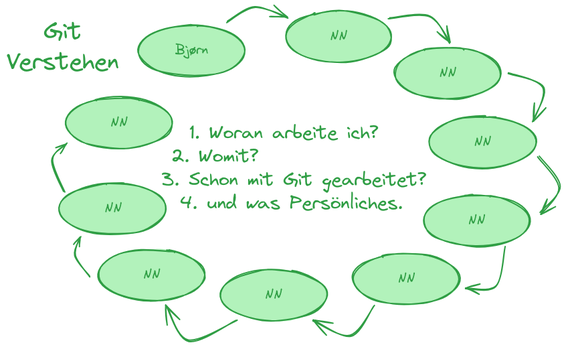
Earlier version of the Excalidraw export sections/vorstellung/intro.excalidraw.png (bstachmann/git-workshop). Source tidied: one line per element, renumbered; positions are measured from the earlier drawing's top-left corner, leaving out a move shared by most shapes.
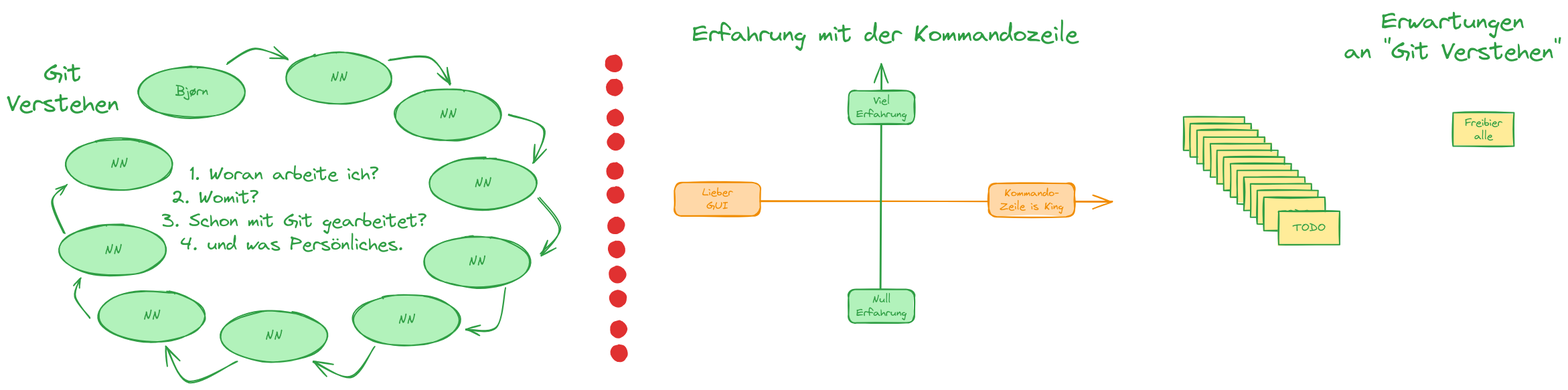
Later version of the same file.

Change to the diagram source:
```diff
@@ -19,6 +19,8 @@
 {"id": 18, "type": "ellipse", "strokeColor": "#2f9e44", "backgroundColor": "#b2f2bb", "fillStyle": "solid", "strokeWidth": 2, "roughness": 1, "round": true, "x": 79, "y": 263, "width": 159, "height": 77}
 {"id": 19, "type": "text", "text": "NN", "strokeColor": "#2f9e44", "backgroundColor": "#b2f2bb", "fillStyle": "solid", "strokeWidth": 2, "roughness": 1, "fontSize": 20, "fontFamily": 1, "textAlign": "center", "verticalAlign": "middle", "inside": 18, "x": 146, "y": 289, "width": 26, "height": 25}
 {"id": 20, "type": "text", "text": "Git\nVerstehen", "strokeColor": "#2f9e44", "backgroundColor": "#b2f2bb", "fillStyle": "solid", "strokeWidth": 2, "roughness": 1, "fontSize": 36, "fontFamily": 1, "textAlign": "center", "x": 0, "y": 15, "width": 168, "height": 90}
+{"id": 31, "type": "text", "text": "Erfahrung mit der Kommandozeile ", "strokeColor": "#2f9e44", "backgroundColor": "#b2f2bb", "fillStyle": "solid", "strokeWidth": 2, "roughness": 1, "fontSize": 36, "fontFamily": 1, "textAlign": "center", "x": 1024, "y": -44, "width": 595, "height": 45}
+{"id": 32, "type": "text", "text": "Erwartungen\nan \"Git Verstehen\"\n", "strokeColor": "#2f9e44", "backgroundColor": "#b2f2bb", "fillStyle": "solid", "strokeWidth": 2, "roughness": 1, "fontSize": 36, "fontFamily": 1, "textAlign": "center", "x": 1997, "y": -63, "width": 325, "height": 135}
 {"id": 21, "type": "text", "text": "\n   1. Woran arbeite ich?\n 2. Womit? \n3. Schon mit Git gearbeitet?\n  4. und was Persönliches.\n ", "strokeColor": "#2f9e44", "backgroundColor": "#b2f2bb", "fillStyle": "solid", "strokeWidth": 2, "roughness": 1, "fontSize": 28, "fontFamily": 1, "x": 231, "y": 136, "width": 396, "height": 210}
 {"id": 22, "type": "arrow", "strokeColor": "#2f9e44", "backgroundColor": "#b2f2bb", "fillStyle": "solid", "strokeWidth": 2, "roughness": 1, "endArrowhead": "arrow", "round": true, "from": 2, "to": 4, "x": 329, "y": 22, "width": 91, "height": 22, "points": [[0, 0], [41, -22], [91, -7]]}
 {"id": 23, "type": "arrow", "strokeColor": "#2f9e44", "angle": 0.43, "backgroundColor": "#b2f2bb", "fillStyle": "solid", "strokeWidth": 2, "roughness": 1, "endArrowhead": "arrow", "round": true, "from": 4, "to": 6, "x": 573, "y": 38, "width": 97, "height": 27, "points": [[0, 0], [53, -27], [97, -4]]}
@@ -29,3 +31,55 @@
 {"id": 28, "type": "arrow", "strokeColor": "#2f9e44", "angle": 4.18, "backgroundColor": "#b2f2bb", "fillStyle": "solid", "strokeWidth": 2, "roughness": 1, "endArrowhead": "arrow", "round": true, "from": 16, "to": 18, "x": 86, "y": 366, "width": 58, "height": 20, "points": [[0, 0], [39, -2], [58, 19]]}
 {"id": 29, "type": "arrow", "strokeColor": "#2f9e44", "angle": 4.18, "backgroundColor": "#b2f2bb", "fillStyle": "solid", "strokeWidth": 2, "roughness": 1, "endArrowhead": "arrow", "round": true, "from": 18, "to": 0, "x": 58, "y": 221, "width": 61, "height": 38, "points": [[0, 0], [49, 8], [61, 38]]}
 {"id": 30, "type": "arrow", "strokeColor": "#2f9e44", "angle": 1.32, "backgroundColor": "#b2f2bb", "fillStyle": "solid", "strokeWidth": 2, "roughness": 1, "endArrowhead": "arrow", "round": true, "from": 6, "to": 8, "x": 742, "y": 154, "width": 79, "height": 46, "points": [[0, 0], [33, -46], [79, -18]]}
+{"id": 33, "type": "arrow", "strokeColor": "#f08c00", "backgroundColor": "#ffd8a8", "fillStyle": "solid", "strokeWidth": 2, "roughness": 1, "endArrowhead": "arrow", "round": true, "x": 1019, "y": 229, "width": 633, "height": 0, "points": [[0, 0], [633, 0]]}
+{"id": 34, "type": "arrow", "strokeColor": "#2f9e44", "strokeWidth": 2, "roughness": 1, "endArrowhead": "arrow", "round": true, "x": 1304, "y": 400, "width": 2, "height": 376, "points": [[0, 0], [2, -376]]}
+{"id": 35, "type": "rectangle", "strokeColor": "#2f9e44", "backgroundColor": "#b2f2bb", "fillStyle": "solid", "strokeWidth": 2, "roughness": 1, "round": true, "x": 1258, "y": 63, "width": 99, "height": 50}
+{"id": 36, "type": "text", "text": "Viel\nErfahrung", "strokeColor": "#2f9e44", "strokeWidth": 2, "roughness": 1, "fontSize": 16, "fontFamily": 1, "textAlign": "center", "verticalAlign": "middle", "inside": 35, "x": 1269, "y": 68, "width": 75, "height": 40}
+{"id": 37, "type": "rectangle", "strokeColor": "#2f9e44", "backgroundColor": "#b2f2bb", "fillStyle": "solid", "strokeWidth": 2, "roughness": 1, "round": true, "x": 1257, "y": 360, "width": 99, "height": 50}
+{"id": 38, "type": "text", "text": "Null\nErfahrung", "strokeColor": "#2f9e44", "strokeWidth": 2, "roughness": 1, "fontSize": 16, "fontFamily": 1, "textAlign": "center", "verticalAlign": "middle", "inside": 37, "x": 1269, "y": 365, "width": 75, "height": 40}
+{"id": 39, "type": "rectangle", "strokeColor": "#f08c00", "backgroundColor": "#ffd8a8", "fillStyle": "solid", "strokeWidth": 2, "roughness": 1, "round": true, "x": 1467, "y": 201, "width": 128, "height": 50}
+{"id": 40, "type": "text", "text": "Kommando-\nZeile is King", "strokeColor": "#f08c00", "strokeWidth": 2, "roughness": 1, "fontSize": 16, "fontFamily": 1, "textAlign": "center", "verticalAlign": "middle", "inside": 39, "x": 1483, "y": 206, "width": 95, "height": 40}
+{"id": 41, "type": "rectangle", "strokeColor": "#f08c00", "backgroundColor": "#ffd8a8", "fillStyle": "solid", "strokeWidth": 2, "roughness": 1, "round": true, "x": 997, "y": 200, "width": 128, "height": 50}
+{"id": 42, "type": "text", "text": "Lieber\nGUI", "strokeColor": "#f08c00", "strokeWidth": 2, "roughness": 1, "fontSize": 16, "fontFamily": 1, "textAlign": "center", "verticalAlign": "middle", "inside": 41, "x": 1039, "y": 205, "width": 46, "height": 40}
+{"id": 43, "type": "ellipse", "strokeColor": "#e03131", "backgroundColor": "#e03131", "fillStyle": "solid", "strokeWidth": 2, "roughness": 1, "round": true, "x": 895, "y": 10, "width": 24, "height": 24}
+{"id": 44, "type": "ellipse", "strokeColor": "#e03131", "backgroundColor": "#e03131", "fillStyle": "solid", "strokeWidth": 2, "roughness": 1, "round": true, "x": 896, "y": 171, "width": 24, "height": 24}
+{"id": 45, "type": "ellipse", "strokeColor": "#e03131", "backgroundColor": "#e03131", "fillStyle": "solid", "strokeWidth": 2, "roughness": 1, "round": true, "x": 900, "y": 326, "width": 24, "height": 24}
+{"id": 46, "type": "ellipse", "strokeColor": "#e03131", "backgroundColor": "#e03131", "fillStyle": "solid", "strokeWidth": 2, "roughness": 1, "round": true, "x": 897, "y": 91, "width": 24, "height": 24}
+{"id": 47, "type": "ellipse", "strokeColor": "#e03131", "backgroundColor": "#e03131", "fillStyle": "solid", "strokeWidth": 2, "roughness": 1, "round": true, "x": 898, "y": 252, "width": 24, "height": 24}
+{"id": 48, "type": "ellipse", "strokeColor": "#e03131", "backgroundColor": "#e03131", "fillStyle": "solid", "strokeWidth": 2, "roughness": 1, "round": true, "x": 902, "y": 407, "width": 24, "height": 24}
+{"id": 49, "type": "ellipse", "strokeColor": "#e03131", "backgroundColor": "#e03131", "fillStyle": "solid", "strokeWidth": 2, "roughness": 1, "round": true, "x": 896, "y": 46, "width": 24, "height": 24}
+{"id": 50, "type": "ellipse", "strokeColor": "#e03131", "backgroundColor": "#e03131", "fillStyle": "solid", "strokeWidth": 2, "roughness": 1, "round": true, "x": 897, "y": 207, "width": 24, "height": 24}
+{"id": 51, "type": "ellipse", "strokeColor": "#e03131", "backgroundColor": "#e03131", "fillStyle": "solid", "strokeWidth": 2, "roughness": 1, "round": true, "x": 901, "y": 362, "width": 24, "height": 24}
+{"id": 52, "type": "ellipse", "strokeColor": "#e03131", "backgroundColor": "#e03131", "fillStyle": "solid", "strokeWidth": 2, "roughness": 1, "round": true, "x": 898, "y": 127, "width": 24, "height": 24}
+{"id": 53, "type": "ellipse", "strokeColor": "#e03131", "backgroundColor": "#e03131", "fillStyle": "solid", "strokeWidth": 2, "roughness": 1, "round": true, "x": 899, "y": 288, "width": 24, "height": 24}
+{"id": 54, "type": "ellipse", "strokeColor": "#e03131", "backgroundColor": "#e03131", "fillStyle": "solid", "strokeWidth": 2, "roughness": 1, "round": true, "x": 903, "y": 443, "width": 24, "height": 24}
+{"id": 55, "type": "rectangle", "strokeColor": "#2f9e44", "backgroundColor": "#ffec99", "fillStyle": "solid", "strokeWidth": 2, "roughness": 1, "x": 1758, "y": 102, "width": 91, "height": 50}
+{"id": 56, "type": "text", "text": "TODO", "strokeColor": "#2f9e44", "backgroundColor": "#ffec99", "fillStyle": "solid", "strokeWidth": 2, "roughness": 1, "fontSize": 16, "fontFamily": 1, "textAlign": "center", "verticalAlign": "middle", "inside": 55, "x": 1779, "y": 117, "width": 49, "height": 20}
+{"id": 57, "type": "rectangle", "strokeColor": "#2f9e44", "backgroundColor": "#ffec99", "fillStyle": "solid", "strokeWidth": 2, "roughness": 1, "x": 1768, "y": 112, "width": 91, "height": 50}
+{"id": 58, "type": "text", "text": "TODO", "strokeColor": "#2f9e44", "backgroundColor": "#ffec99", "fillStyle": "solid", "strokeWidth": 2, "roughness": 1, "fontSize": 16, "fontFamily": 1, "textAlign": "center", "verticalAlign": "middle", "inside": 57, "x": 1789, "y": 127, "width": 49, "height": 20}
+{"id": 59, "type": "rectangle", "strokeColor": "#2f9e44", "backgroundColor": "#ffec99", "fillStyle": "solid", "strokeWidth": 2, "roughness": 1, "x": 1778, "y": 122, "width": 91, "height": 50}
+{"id": 60, "type": "text", "text": "TODO", "strokeColor": "#2f9e44", "backgroundColor": "#ffec99", "fillStyle": "solid", "strokeWidth": 2, "roughness": 1, "fontSize": 16, "fontFamily": 1, "textAlign": "center", "verticalAlign": "middle", "inside": 59, "x": 1799, "y": 137, "width": 49, "height": 20}
+{"id": 61, "type": "rectangle", "strokeColor": "#2f9e44", "backgroundColor": "#ffec99", "fillStyle": "solid", "strokeWidth": 2, "roughness": 1, "x": 1788, "y": 132, "width": 91, "height": 50}
+{"id": 62, "type": "text", "text": "TODO", "strokeColor": "#2f9e44", "backgroundColor": "#ffec99", "fillStyle": "solid", "strokeWidth": 2, "roughness": 1, "fontSize": 16, "fontFamily": 1, "textAlign": "center", "verticalAlign": "middle", "inside": 61, "x": 1809, "y": 147, "width": 49, "height": 20}
+{"id": 63, "type": "rectangle", "strokeColor": "#2f9e44", "backgroundColor": "#ffec99", "fillStyle": "solid", "strokeWidth": 2, "roughness": 1, "x": 1798, "y": 142, "width": 91, "height": 50}
+{"id": 64, "type": "text", "text": "TODO", "strokeColor": "#2f9e44", "backgroundColor": "#ffec99", "fillStyle": "solid", "strokeWidth": 2, "roughness": 1, "fontSize": 16, "fontFamily": 1, "textAlign": "center", "verticalAlign": "middle", "inside": 63, "x": 1819, "y": 157, "width": 49, "height": 20}
+{"id": 65, "type": "rectangle", "strokeColor": "#2f9e44", "backgroundColor": "#ffec99", "fillStyle": "solid", "strokeWidth": 2, "roughness": 1, "x": 1808, "y": 152, "width": 91, "height": 50}
+{"id": 66, "type": "text", "text": "TODO", "strokeColor": "#2f9e44", "backgroundColor": "#ffec99", "fillStyle": "solid", "strokeWidth": 2, "roughness": 1, "fontSize": 16, "fontFamily": 1, "textAlign": "center", "verticalAlign": "middle", "inside": 65, "x": 1829, "y": 167, "width": 49, "height": 20}
+{"id": 67, "type": "rectangle", "strokeColor": "#2f9e44", "backgroundColor": "#ffec99", "fillStyle": "solid", "strokeWidth": 2, "roughness": 1, "x": 1818, "y": 162, "width": 91, "height": 50}
+{"id": 68, "type": "text", "text": "TODO", "strokeColor": "#2f9e44", "backgroundColor": "#ffec99", "fillStyle": "solid", "strokeWidth": 2, "roughness": 1, "fontSize": 16, "fontFamily": 1, "textAlign": "center", "verticalAlign": "middle", "inside": 67, "x": 1839, "y": 177, "width": 49, "height": 20}
+{"id": 69, "type": "rectangle", "strokeColor": "#2f9e44", "backgroundColor": "#ffec99", "fillStyle": "solid", "strokeWidth": 2, "roughness": 1, "x": 1828, "y": 172, "width": 91, "height": 50}
+{"id": 70, "type": "text", "text": "TODO", "strokeColor": "#2f9e44", "backgroundColor": "#ffec99", "fillStyle": "solid", "strokeWidth": 2, "roughness": 1, "fontSize": 16, "fontFamily": 1, "textAlign": "center", "verticalAlign": "middle", "inside": 69, "x": 1849, "y": 187, "width": 49, "height": 20}
+{"id": 71, "type": "rectangle", "strokeColor": "#2f9e44", "backgroundColor": "#ffec99", "fillStyle": "solid", "strokeWidth": 2, "roughness": 1, "x": 1838, "y": 182, "width": 91, "height": 50}
+{"id": 72, "type": "text", "text": "TODO", "strokeColor": "#2f9e44", "backgroundColor": "#ffec99", "fillStyle": "solid", "strokeWidth": 2, "roughness": 1, "fontSize": 16, "fontFamily": 1, "textAlign": "center", "verticalAlign": "middle", "inside": 71, "x": 1859, "y": 197, "width": 49, "height": 20}
+{"id": 73, "type": "rectangle", "strokeColor": "#2f9e44", "backgroundColor": "#ffec99", "fillStyle": "solid", "strokeWidth": 2, "roughness": 1, "x": 1848, "y": 192, "width": 91, "height": 50}
+{"id": 74, "type": "text", "text": "TODO", "strokeColor": "#2f9e44", "backgroundColor": "#ffec99", "fillStyle": "solid", "strokeWidth": 2, "roughness": 1, "fontSize": 16, "fontFamily": 1, "textAlign": "center", "verticalAlign": "middle", "inside": 73, "x": 1869, "y": 207, "width": 49, "height": 20}
+{"id": 75, "type": "rectangle", "strokeColor": "#2f9e44", "backgroundColor": "#ffec99", "fillStyle": "solid", "strokeWidth": 2, "roughness": 1, "x": 1858, "y": 202, "width": 91, "height": 50}
+{"id": 76, "type": "text", "text": "TODO", "strokeColor": "#2f9e44", "backgroundColor": "#ffec99", "fillStyle": "solid", "strokeWidth": 2, "roughness": 1, "fontSize": 16, "fontFamily": 1, "textAlign": "center", "verticalAlign": "middle", "inside": 75, "x": 1879, "y": 217, "width": 49, "height": 20}
+{"id": 77, "type": "rectangle", "strokeColor": "#2f9e44", "backgroundColor": "#ffec99", "fillStyle": "solid", "strokeWidth": 2, "roughness": 1, "x": 1868, "y": 212, "width": 91, "height": 50}
+{"id": 78, "type": "text", "text": "TODO", "strokeColor": "#2f9e44", "backgroundColor": "#ffec99", "fillStyle": "solid", "strokeWidth": 2, "roughness": 1, "fontSize": 16, "fontFamily": 1, "textAlign": "center", "verticalAlign": "middle", "inside": 77, "x": 1889, "y": 227, "width": 49, "height": 20}
+{"id": 79, "type": "rectangle", "strokeColor": "#2f9e44", "backgroundColor": "#ffec99", "fillStyle": "solid", "strokeWidth": 2, "roughness": 1, "x": 1878, "y": 222, "width": 91, "height": 50}
+{"id": 80, "type": "text", "text": "TODO", "strokeColor": "#2f9e44", "backgroundColor": "#ffec99", "fillStyle": "solid", "strokeWidth": 2, "roughness": 1, "fontSize": 16, "fontFamily": 1, "textAlign": "center", "verticalAlign": "middle", "inside": 79, "x": 1899, "y": 237, "width": 49, "height": 20}
+{"id": 81, "type": "rectangle", "strokeColor": "#2f9e44", "backgroundColor": "#ffec99", "fillStyle": "solid", "strokeWidth": 2, "roughness": 1, "x": 1900, "y": 243, "width": 91, "height": 50}
+{"id": 82, "type": "text", "text": "TODO", "strokeColor": "#2f9e44", "backgroundColor": "#ffec99", "fillStyle": "solid", "strokeWidth": 2, "roughness": 1, "fontSize": 16, "fontFamily": 1, "textAlign": "center", "verticalAlign": "middle", "inside": 81, "x": 1921, "y": 258, "width": 49, "height": 20}
+{"id": 83, "type": "rectangle", "strokeColor": "#2f9e44", "backgroundColor": "#ffec99", "fillStyle": "solid", "strokeWidth": 2, "roughness": 1, "x": 2160, "y": 96, "width": 91, "height": 50}
+{"id": 84, "type": "text", "text": "Freibier\nalle", "strokeColor": "#2f9e44", "backgroundColor": "#ffec99", "fillStyle": "solid", "strokeWidth": 2, "roughness": 1, "fontSize": 16, "fontFamily": 1, "textAlign": "center", "verticalAlign": "middle", "inside": 83, "x": 2178, "y": 101, "width": 56, "height": 40}
```
